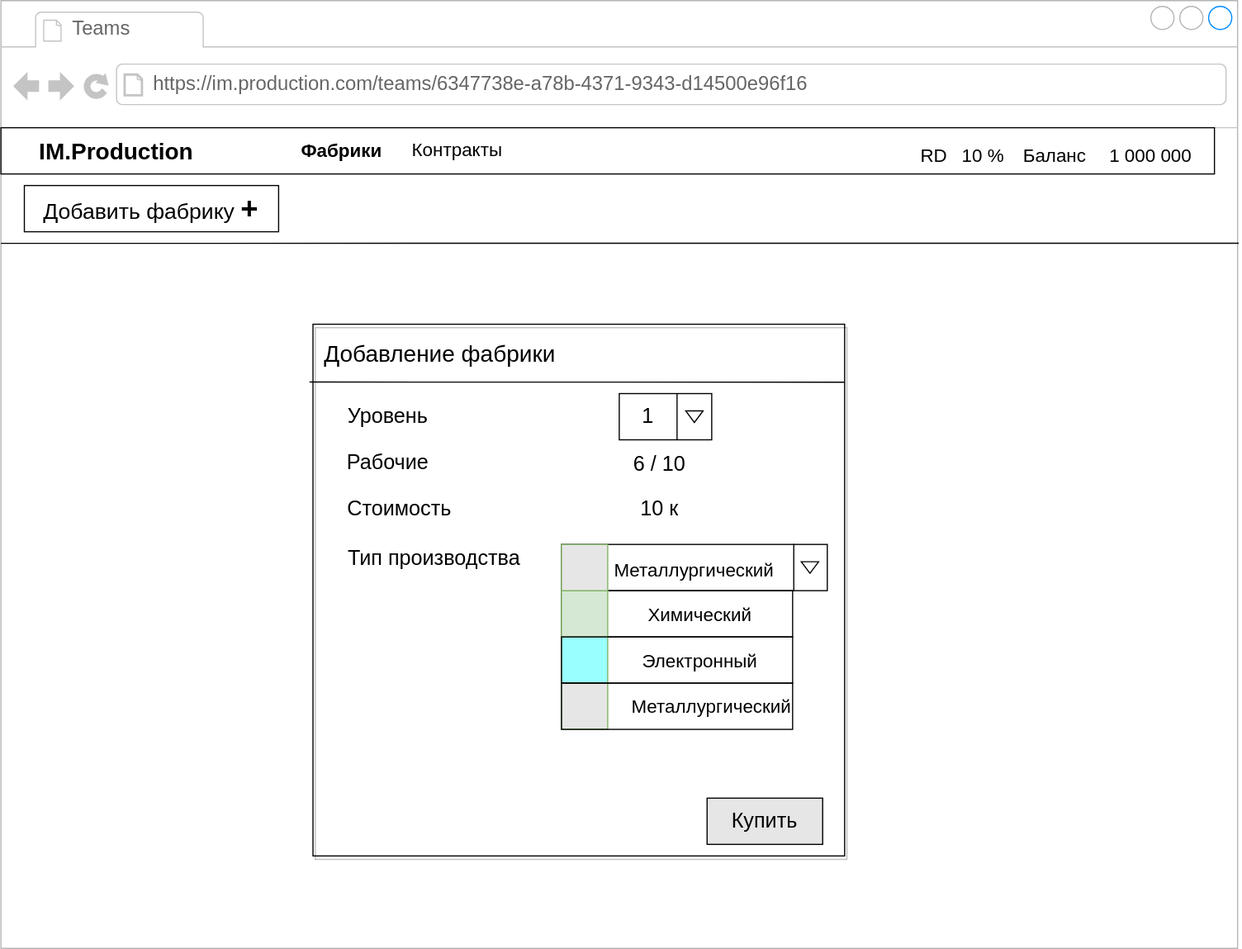
Before: docs/mockups/BuyFactory.svg, a diagram exported from draw.io (yafarkin/im.production). Source tidied: cells renumbered, new cells last; positions are measured from the earlier drawing's top-left corner, leaving out a move shared by most shapes. The source it was exported from:
```xml
<mxGraphModel background="#ffffff">
  <root>
    <mxCell id="0" />
    <mxCell id="1" parent="0" />
    <mxCell id="2" style="strokeWidth=1;shadow=0;dashed=0;align=center;html=1;shape=mxgraph.mockup.containers.browserWindow;rSize=0;strokeColor=#B5B5B5;mainText=,;rounded=0;labelBackgroundColor=none;fontFamily=Verdana;fontSize=12;" parent="1" vertex="1">
      <mxGeometry width="1070" height="820" as="geometry" />
    </mxCell>
    <mxCell id="3" value="Teams" style="strokeWidth=1;shadow=0;dashed=0;align=center;html=1;shape=mxgraph.mockup.containers.anchor;fontSize=17;fontColor=#666666;align=left;" parent="2" vertex="1">
      <mxGeometry x="60" y="12" width="110" height="26" as="geometry" />
    </mxCell>
    <mxCell id="4" value="https://im.production.com/teams/6347738e-a78b-4371-9343-d14500e96f16" style="strokeWidth=1;shadow=0;dashed=0;align=center;html=1;shape=mxgraph.mockup.containers.anchor;rSize=0;fontSize=17;fontColor=#666666;align=left;" parent="2" vertex="1">
      <mxGeometry x="130" y="60" width="630" height="26" as="geometry" />
    </mxCell>
    <mxCell id="5" style="rounded=0;whiteSpace=wrap;html=1;" parent="2" vertex="1">
      <mxGeometry y="110" width="1050" height="40" as="geometry" />
    </mxCell>
    <mxCell id="6" value="&lt;font style=&quot;font-size: 20px&quot;&gt;&lt;b&gt;IM.Production&lt;/b&gt;&lt;/font&gt;" style="text;html=1;strokeColor=none;fillColor=none;align=center;verticalAlign=middle;whiteSpace=wrap;rounded=0;" parent="2" vertex="1">
      <mxGeometry x="10" y="120" width="180" height="20" as="geometry" />
    </mxCell>
    <mxCell id="7" value="&lt;font style=&quot;font-size: 16px&quot;&gt;&lt;font color=&quot;#000000&quot;&gt;&lt;b&gt;Фабрики&lt;/b&gt;&lt;/font&gt;&lt;br&gt;&lt;/font&gt;" style="text;html=1;strokeColor=none;fillColor=none;align=center;verticalAlign=middle;whiteSpace=wrap;rounded=0;fontColor=#ffffff;fontStyle=0;" parent="2" vertex="1">
      <mxGeometry x="250" y="120" width="90" height="20" as="geometry" />
    </mxCell>
    <mxCell id="8" value="&lt;span style=&quot;color: rgba(0 , 0 , 0 , 0) ; font-family: monospace ; font-size: 0px&quot;&gt;%3CmxGraphModel%3E%3Croot%3E%3CmxCell%20id%3D%220%22%2F%3E%3CmxCell%20id%3D%221%22%20parent%3D%220%22%2F%3E%3CmxCell%20id%3D%222%22%20value%3D%22%22%20style%3D%22rounded%3D0%3BwhiteSpace%3Dwrap%3Bhtml%3D1%3BfillColor%3Dnone%3B%22%20vertex%3D%221%22%20parent%3D%221%22%3E%3CmxGeometry%20x%3D%22350%22%20y%3D%221030%22%20width%3D%22220%22%20height%3D%2270%22%20as%3D%22geometry%22%2F%3E%3C%2FmxCell%3E%3C%2Froot%3E%3C%2FmxGraphModel%3E&lt;/span&gt;" style="rounded=0;whiteSpace=wrap;html=1;fillColor=none;" parent="2" vertex="1">
      <mxGeometry x="20.2" y="160" width="220" height="40" as="geometry" />
    </mxCell>
    <mxCell id="9" value="&lt;div&gt;&lt;font style=&quot;font-size: 19px&quot;&gt;Добавить фабрику &lt;/font&gt;&lt;font style=&quot;font-size: 26px&quot;&gt;&lt;b&gt;+&lt;/b&gt;&lt;/font&gt;&lt;/div&gt;" style="text;html=1;strokeColor=none;fillColor=none;align=center;verticalAlign=middle;whiteSpace=wrap;rounded=0;" parent="2" vertex="1">
      <mxGeometry x="30.2" y="165" width="200" height="30" as="geometry" />
    </mxCell>
    <mxCell id="10" style="endArrow=none;html=1;strokeColor=#000000;strokeWidth=1;entryX=1.001;entryY=0.256;entryDx=0;entryDy=0;entryPerimeter=0;" parent="2" edge="1" target="2">
      <mxGeometry relative="1" as="geometry">
        <mxPoint y="210" as="sourcePoint" />
      </mxGeometry>
    </mxCell>
    <mxCell id="11" value="&lt;span style=&quot;font-size: 16px&quot;&gt;&lt;span style=&quot;font-weight: 400&quot;&gt;Контракты&lt;/span&gt;&lt;br&gt;&lt;/span&gt;" style="text;html=1;strokeColor=none;fillColor=none;align=center;verticalAlign=middle;whiteSpace=wrap;rounded=0;fontStyle=1;" parent="2" vertex="1">
      <mxGeometry x="340" y="119.2" width="110" height="20" as="geometry" />
    </mxCell>
    <mxCell id="12" style="rounded=0;whiteSpace=wrap;html=1;shadow=1;glass=0;comic=0;labelBackgroundColor=none;fillColor=none;fontColor=none;" parent="2" vertex="1">
      <mxGeometry x="270" y="280" width="460" height="460" as="geometry" />
    </mxCell>
    <mxCell id="13" value="&lt;font style=&quot;font-size: 20px&quot;&gt;Добавление фабрики&lt;/font&gt;" style="text;html=1;strokeColor=none;fillColor=none;align=center;verticalAlign=middle;whiteSpace=wrap;rounded=0;shadow=1;glass=0;comic=0;labelBackgroundColor=none;fontColor=none;" parent="2" vertex="1">
      <mxGeometry x="270" y="280" width="220" height="50" as="geometry" />
    </mxCell>
    <mxCell id="14" style="endArrow=none;html=1;fontColor=none;entryX=1;entryY=0.109;entryDx=0;entryDy=0;entryPerimeter=0;" parent="2" edge="1" target="12">
      <mxGeometry relative="1" as="geometry">
        <mxPoint x="267" y="330" as="sourcePoint" />
      </mxGeometry>
    </mxCell>
    <mxCell id="15" value="&lt;font style=&quot;font-size: 18px&quot;&gt;Уровень&lt;/font&gt;" style="text;html=1;strokeColor=none;fillColor=none;align=center;verticalAlign=middle;whiteSpace=wrap;rounded=0;shadow=1;glass=0;comic=0;labelBackgroundColor=none;fontColor=none;" parent="2" vertex="1">
      <mxGeometry x="275" y="340" width="120" height="40" as="geometry" />
    </mxCell>
    <mxCell id="16" value="&lt;font style=&quot;font-size: 18px&quot;&gt;Рабочие&lt;/font&gt;" style="text;html=1;strokeColor=none;fillColor=none;align=center;verticalAlign=middle;whiteSpace=wrap;rounded=0;shadow=1;glass=0;comic=0;labelBackgroundColor=none;fontColor=none;" parent="2" vertex="1">
      <mxGeometry x="270" y="380" width="130" height="40" as="geometry" />
    </mxCell>
    <mxCell id="17" value="&lt;font style=&quot;font-size: 18px&quot;&gt;Стоимость&lt;/font&gt;" style="text;html=1;strokeColor=none;fillColor=none;align=center;verticalAlign=middle;whiteSpace=wrap;rounded=0;shadow=1;glass=0;comic=0;labelBackgroundColor=none;fontColor=none;" parent="2" vertex="1">
      <mxGeometry x="295" y="420" width="100" height="40" as="geometry" />
    </mxCell>
    <mxCell id="18" value="&lt;font style=&quot;font-size: 18px&quot;&gt;6 / 10&lt;/font&gt;" style="text;html=1;strokeColor=none;fillColor=none;align=center;verticalAlign=middle;whiteSpace=wrap;rounded=0;shadow=1;glass=0;comic=0;labelBackgroundColor=none;fontColor=none;" parent="2" vertex="1">
      <mxGeometry x="540" y="380.5" width="60" height="40" as="geometry" />
    </mxCell>
    <mxCell id="19" value="&lt;span style=&quot;font-size: 18px&quot;&gt;1&lt;/span&gt;" style="text;html=1;strokeColor=none;fillColor=none;align=center;verticalAlign=middle;whiteSpace=wrap;rounded=0;shadow=1;glass=0;comic=0;labelBackgroundColor=none;fontColor=none;" parent="2" vertex="1">
      <mxGeometry x="535" y="340" width="50" height="40" as="geometry" />
    </mxCell>
    <mxCell id="20" style="rounded=0;whiteSpace=wrap;html=1;shadow=0;glass=0;comic=0;labelBackgroundColor=none;fillColor=none;fontColor=none;" parent="2" vertex="1">
      <mxGeometry x="535" y="340" width="80" height="40" as="geometry" />
    </mxCell>
    <mxCell id="21" style="triangle;whiteSpace=wrap;html=1;rounded=0;shadow=0;glass=0;comic=0;labelBackgroundColor=none;fillColor=none;fontColor=none;rotation=90;" parent="2" vertex="1">
      <mxGeometry x="595" y="352.5" width="10" height="15" as="geometry" />
    </mxCell>
    <mxCell id="22" style="endArrow=none;html=1;fontColor=none;shadow=0;" parent="2" edge="1">
      <mxGeometry relative="1" as="geometry">
        <mxPoint x="585" y="380" as="sourcePoint" />
        <mxPoint x="585" y="340" as="targetPoint" />
      </mxGeometry>
    </mxCell>
    <mxCell id="23" style="rounded=0;whiteSpace=wrap;html=1;shadow=0;glass=0;comic=0;labelBackgroundColor=none;fillColor=none;fontColor=none;" parent="2" vertex="1">
      <mxGeometry x="485" y="470.5" width="230" height="40" as="geometry" />
    </mxCell>
    <mxCell id="24" style="triangle;whiteSpace=wrap;html=1;rounded=0;shadow=0;glass=0;comic=0;labelBackgroundColor=none;fillColor=none;fontColor=none;rotation=90;" parent="2" vertex="1">
      <mxGeometry x="695" y="483" width="10" height="15" as="geometry" />
    </mxCell>
    <mxCell id="25" value="&lt;span style=&quot;font-size: 18px&quot;&gt;Тип производства&lt;/span&gt;" style="text;html=1;strokeColor=none;fillColor=none;align=center;verticalAlign=middle;whiteSpace=wrap;rounded=0;shadow=1;glass=0;comic=0;labelBackgroundColor=none;fontColor=none;" parent="2" vertex="1">
      <mxGeometry x="295" y="463" width="160" height="40" as="geometry" />
    </mxCell>
    <mxCell id="26" style="rounded=0;whiteSpace=wrap;html=1;shadow=0;glass=0;comic=0;labelBackgroundColor=none;fillColor=#99FFFF;strokeColor=#82b366;" parent="2" vertex="1">
      <mxGeometry x="485" y="550.5" width="40" height="40" as="geometry" />
    </mxCell>
    <mxCell id="27" style="rounded=0;whiteSpace=wrap;html=1;shadow=0;glass=0;comic=0;labelBackgroundColor=none;fillColor=none;fontColor=none;" parent="2" vertex="1">
      <mxGeometry x="485" y="510.5" width="200" height="40" as="geometry" />
    </mxCell>
    <mxCell id="28" value="&lt;span style=&quot;font-size: 16px&quot;&gt;Металлургический&lt;/span&gt;" style="text;html=1;strokeColor=none;fillColor=none;align=center;verticalAlign=middle;whiteSpace=wrap;rounded=0;shadow=0;glass=0;comic=0;labelBackgroundColor=none;fontColor=none;" parent="2" vertex="1">
      <mxGeometry x="525" y="600.5" width="180" height="20" as="geometry" />
    </mxCell>
    <mxCell id="29" value="&lt;font style=&quot;font-size: 16px&quot;&gt;Электронный&lt;/font&gt;" style="text;html=1;strokeColor=none;fillColor=none;align=center;verticalAlign=middle;whiteSpace=wrap;rounded=0;shadow=0;glass=0;comic=0;labelBackgroundColor=none;fontColor=none;" parent="2" vertex="1">
      <mxGeometry x="515" y="560.5" width="180" height="20" as="geometry" />
    </mxCell>
    <mxCell id="30" value="&lt;font style=&quot;font-size: 16px&quot;&gt;Химический&lt;/font&gt;" style="text;html=1;strokeColor=none;fillColor=none;align=center;verticalAlign=middle;whiteSpace=wrap;rounded=0;shadow=0;glass=0;comic=0;labelBackgroundColor=none;fontColor=none;" parent="2" vertex="1">
      <mxGeometry x="515" y="520.5" width="180" height="20" as="geometry" />
    </mxCell>
    <mxCell id="31" style="rounded=0;whiteSpace=wrap;html=1;shadow=0;glass=0;comic=0;labelBackgroundColor=none;fillColor=#d5e8d4;strokeColor=#82b366;" parent="2" vertex="1">
      <mxGeometry x="485" y="510.5" width="40" height="40" as="geometry" />
    </mxCell>
    <mxCell id="32" style="rounded=0;whiteSpace=wrap;html=1;shadow=0;glass=0;comic=0;labelBackgroundColor=none;fillColor=#E6E6E6;strokeColor=#82b366;" parent="2" vertex="1">
      <mxGeometry x="485" y="590.5" width="40" height="40" as="geometry" />
    </mxCell>
    <mxCell id="33" style="rounded=0;whiteSpace=wrap;html=1;shadow=0;glass=0;comic=0;labelBackgroundColor=none;fillColor=none;fontColor=none;" parent="2" vertex="1">
      <mxGeometry x="485" y="550.5" width="200" height="40" as="geometry" />
    </mxCell>
    <mxCell id="34" style="rounded=0;whiteSpace=wrap;html=1;shadow=0;glass=0;comic=0;labelBackgroundColor=none;fillColor=none;fontColor=none;" parent="2" vertex="1">
      <mxGeometry x="485" y="590.5" width="200" height="40" as="geometry" />
    </mxCell>
    <mxCell id="35" style="rounded=0;whiteSpace=wrap;html=1;shadow=0;glass=0;comic=0;labelBackgroundColor=none;fillColor=#E6E6E6;strokeColor=#82b366;" parent="2" vertex="1">
      <mxGeometry x="485" y="470.5" width="40" height="40" as="geometry" />
    </mxCell>
    <mxCell id="36" value="&lt;font style=&quot;font-size: 16px&quot;&gt;Металлургический&lt;/font&gt;" style="text;html=1;strokeColor=none;fillColor=none;align=center;verticalAlign=middle;whiteSpace=wrap;rounded=0;shadow=0;glass=0;comic=0;labelBackgroundColor=none;fontColor=none;" parent="2" vertex="1">
      <mxGeometry x="510" y="483" width="180" height="20" as="geometry" />
    </mxCell>
    <mxCell id="37" style="endArrow=none;html=1;shadow=0;fontColor=none;" parent="2" edge="1">
      <mxGeometry relative="1" as="geometry">
        <mxPoint x="686" y="511" as="sourcePoint" />
        <mxPoint x="686" y="470" as="targetPoint" />
      </mxGeometry>
    </mxCell>
    <mxCell id="38" value="&lt;span style=&quot;font-size: 18px&quot;&gt;10 к&lt;/span&gt;" style="text;html=1;strokeColor=none;fillColor=none;align=center;verticalAlign=middle;whiteSpace=wrap;rounded=0;shadow=1;glass=0;comic=0;labelBackgroundColor=none;fontColor=none;" parent="2" vertex="1">
      <mxGeometry x="525" y="420" width="90" height="40" as="geometry" />
    </mxCell>
    <mxCell id="39" style="rounded=0;whiteSpace=wrap;html=1;shadow=0;glass=0;comic=0;labelBackgroundColor=none;fillColor=#E6E6E6;fontColor=none;" parent="2" vertex="1">
      <mxGeometry x="611" y="690" width="100" height="40" as="geometry" />
    </mxCell>
    <mxCell id="40" value="&lt;span style=&quot;font-size: 18px&quot;&gt;Купить&lt;/span&gt;" style="text;html=1;strokeColor=none;fillColor=none;align=center;verticalAlign=middle;whiteSpace=wrap;rounded=0;shadow=1;glass=0;comic=0;labelBackgroundColor=none;fontColor=none;" parent="2" vertex="1">
      <mxGeometry x="611" y="690" width="100" height="40" as="geometry" />
    </mxCell>
    <mxCell id="41" value="&lt;span style=&quot;font-size: 16px&quot;&gt;&lt;span style=&quot;font-weight: 400&quot;&gt;Баланс&lt;/span&gt;&lt;br&gt;&lt;/span&gt;" style="text;html=1;strokeColor=none;fillColor=none;align=center;verticalAlign=middle;whiteSpace=wrap;rounded=0;fontStyle=1;" parent="2" vertex="1">
      <mxGeometry x="875" y="124" width="74" height="20" as="geometry" />
    </mxCell>
    <mxCell id="42" value="&lt;div&gt;&lt;font style=&quot;font-size: 16px&quot;&gt;1 000 000&lt;/font&gt;&lt;/div&gt;" style="text;html=1;strokeColor=none;fillColor=none;align=center;verticalAlign=middle;whiteSpace=wrap;rounded=0;" parent="2" vertex="1">
      <mxGeometry x="945" y="119.2" width="100" height="29.5" as="geometry" />
    </mxCell>
    <mxCell id="43" value="&lt;span style=&quot;font-size: 16px&quot;&gt;&lt;span style=&quot;font-weight: 400&quot;&gt;RD&lt;/span&gt;&lt;br&gt;&lt;/span&gt;" style="text;html=1;strokeColor=none;fillColor=none;align=center;verticalAlign=middle;whiteSpace=wrap;rounded=0;fontStyle=1;" parent="2" vertex="1">
      <mxGeometry x="790" y="124" width="35" height="20" as="geometry" />
    </mxCell>
    <mxCell id="44" value="&lt;div&gt;&lt;font style=&quot;font-size: 16px&quot;&gt;10 %&lt;/font&gt;&lt;/div&gt;" style="text;html=1;strokeColor=none;fillColor=none;align=center;verticalAlign=middle;whiteSpace=wrap;rounded=0;" parent="2" vertex="1">
      <mxGeometry x="825" y="125.8" width="50" height="16.5" as="geometry" />
    </mxCell>
  </root>
</mxGraphModel>
```
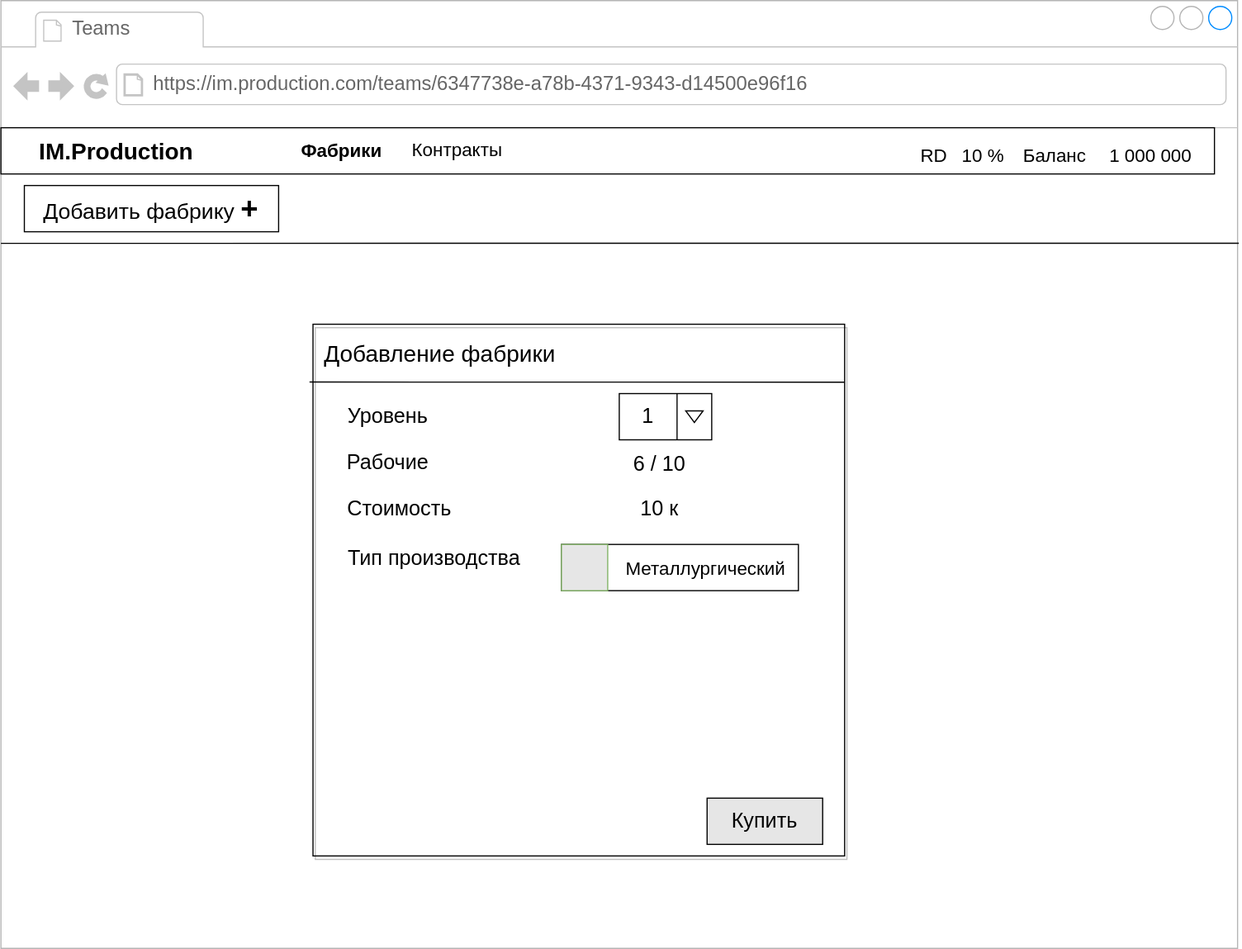
The same diagram one commit later.

Change to the diagram source:
```diff
@@ -73,53 +73,17 @@
       </mxGeometry>
     </mxCell>
     <mxCell id="23" style="rounded=0;whiteSpace=wrap;html=1;shadow=0;glass=0;comic=0;labelBackgroundColor=none;fillColor=none;fontColor=none;" parent="2" vertex="1">
-      <mxGeometry x="485" y="470.5" width="230" height="40" as="geometry" />
+      <mxGeometry x="485" y="470.5" width="205" height="40" as="geometry" />
     </mxCell>
-    <mxCell id="24" style="triangle;whiteSpace=wrap;html=1;rounded=0;shadow=0;glass=0;comic=0;labelBackgroundColor=none;fillColor=none;fontColor=none;rotation=90;" parent="2" vertex="1">
-      <mxGeometry x="695" y="483" width="10" height="15" as="geometry" />
-    </mxCell>
     <mxCell id="25" value="&lt;span style=&quot;font-size: 18px&quot;&gt;Тип производства&lt;/span&gt;" style="text;html=1;strokeColor=none;fillColor=none;align=center;verticalAlign=middle;whiteSpace=wrap;rounded=0;shadow=1;glass=0;comic=0;labelBackgroundColor=none;fontColor=none;" parent="2" vertex="1">
       <mxGeometry x="295" y="463" width="160" height="40" as="geometry" />
     </mxCell>
-    <mxCell id="26" style="rounded=0;whiteSpace=wrap;html=1;shadow=0;glass=0;comic=0;labelBackgroundColor=none;fillColor=#99FFFF;strokeColor=#82b366;" parent="2" vertex="1">
-      <mxGeometry x="485" y="550.5" width="40" height="40" as="geometry" />
-    </mxCell>
-    <mxCell id="27" style="rounded=0;whiteSpace=wrap;html=1;shadow=0;glass=0;comic=0;labelBackgroundColor=none;fillColor=none;fontColor=none;" parent="2" vertex="1">
-      <mxGeometry x="485" y="510.5" width="200" height="40" as="geometry" />
-    </mxCell>
-    <mxCell id="28" value="&lt;span style=&quot;font-size: 16px&quot;&gt;Металлургический&lt;/span&gt;" style="text;html=1;strokeColor=none;fillColor=none;align=center;verticalAlign=middle;whiteSpace=wrap;rounded=0;shadow=0;glass=0;comic=0;labelBackgroundColor=none;fontColor=none;" parent="2" vertex="1">
-      <mxGeometry x="525" y="600.5" width="180" height="20" as="geometry" />
-    </mxCell>
-    <mxCell id="29" value="&lt;font style=&quot;font-size: 16px&quot;&gt;Электронный&lt;/font&gt;" style="text;html=1;strokeColor=none;fillColor=none;align=center;verticalAlign=middle;whiteSpace=wrap;rounded=0;shadow=0;glass=0;comic=0;labelBackgroundColor=none;fontColor=none;" parent="2" vertex="1">
-      <mxGeometry x="515" y="560.5" width="180" height="20" as="geometry" />
-    </mxCell>
-    <mxCell id="30" value="&lt;font style=&quot;font-size: 16px&quot;&gt;Химический&lt;/font&gt;" style="text;html=1;strokeColor=none;fillColor=none;align=center;verticalAlign=middle;whiteSpace=wrap;rounded=0;shadow=0;glass=0;comic=0;labelBackgroundColor=none;fontColor=none;" parent="2" vertex="1">
-      <mxGeometry x="515" y="520.5" width="180" height="20" as="geometry" />
-    </mxCell>
-    <mxCell id="31" style="rounded=0;whiteSpace=wrap;html=1;shadow=0;glass=0;comic=0;labelBackgroundColor=none;fillColor=#d5e8d4;strokeColor=#82b366;" parent="2" vertex="1">
-      <mxGeometry x="485" y="510.5" width="40" height="40" as="geometry" />
-    </mxCell>
-    <mxCell id="32" style="rounded=0;whiteSpace=wrap;html=1;shadow=0;glass=0;comic=0;labelBackgroundColor=none;fillColor=#E6E6E6;strokeColor=#82b366;" parent="2" vertex="1">
-      <mxGeometry x="485" y="590.5" width="40" height="40" as="geometry" />
-    </mxCell>
-    <mxCell id="33" style="rounded=0;whiteSpace=wrap;html=1;shadow=0;glass=0;comic=0;labelBackgroundColor=none;fillColor=none;fontColor=none;" parent="2" vertex="1">
-      <mxGeometry x="485" y="550.5" width="200" height="40" as="geometry" />
-    </mxCell>
-    <mxCell id="34" style="rounded=0;whiteSpace=wrap;html=1;shadow=0;glass=0;comic=0;labelBackgroundColor=none;fillColor=none;fontColor=none;" parent="2" vertex="1">
-      <mxGeometry x="485" y="590.5" width="200" height="40" as="geometry" />
-    </mxCell>
     <mxCell id="35" style="rounded=0;whiteSpace=wrap;html=1;shadow=0;glass=0;comic=0;labelBackgroundColor=none;fillColor=#E6E6E6;strokeColor=#82b366;" parent="2" vertex="1">
       <mxGeometry x="485" y="470.5" width="40" height="40" as="geometry" />
     </mxCell>
     <mxCell id="36" value="&lt;font style=&quot;font-size: 16px&quot;&gt;Металлургический&lt;/font&gt;" style="text;html=1;strokeColor=none;fillColor=none;align=center;verticalAlign=middle;whiteSpace=wrap;rounded=0;shadow=0;glass=0;comic=0;labelBackgroundColor=none;fontColor=none;" parent="2" vertex="1">
-      <mxGeometry x="510" y="483" width="180" height="20" as="geometry" />
+      <mxGeometry x="520" y="480.5" width="180" height="20" as="geometry" />
     </mxCell>
-    <mxCell id="37" style="endArrow=none;html=1;shadow=0;fontColor=none;" parent="2" edge="1">
-      <mxGeometry relative="1" as="geometry">
-        <mxPoint x="686" y="511" as="sourcePoint" />
-        <mxPoint x="686" y="470" as="targetPoint" />
-      </mxGeometry>
-    </mxCell>
     <mxCell id="38" value="&lt;span style=&quot;font-size: 18px&quot;&gt;10 к&lt;/span&gt;" style="text;html=1;strokeColor=none;fillColor=none;align=center;verticalAlign=middle;whiteSpace=wrap;rounded=0;shadow=1;glass=0;comic=0;labelBackgroundColor=none;fontColor=none;" parent="2" vertex="1">
       <mxGeometry x="525" y="420" width="90" height="40" as="geometry" />
     </mxCell>
```
